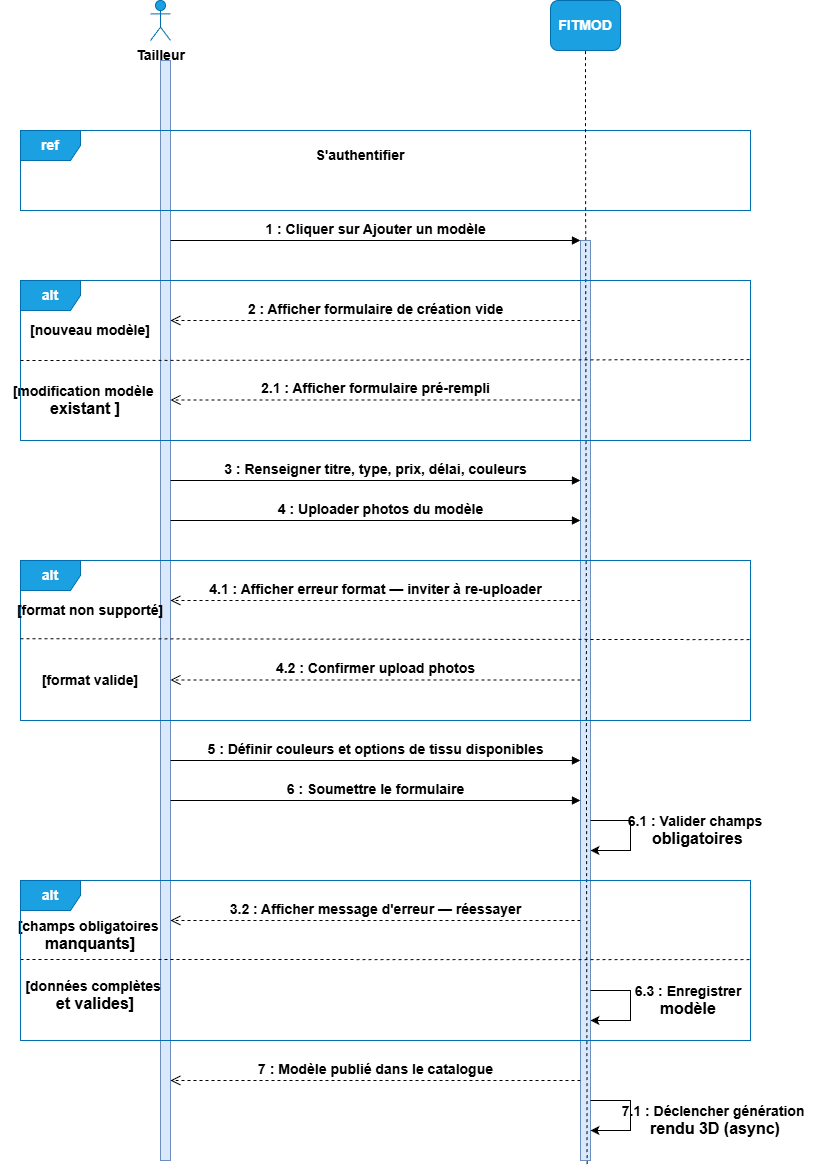
This is Tailleur_publier_commande_Sequence.png from Kim-SypherX/Soutenance, a draw.io export, as it was before one commit. Source tidied: cells renumbered, new cells last; positions are measured from the earlier drawing's top-left corner, leaving out a move shared by most shapes.
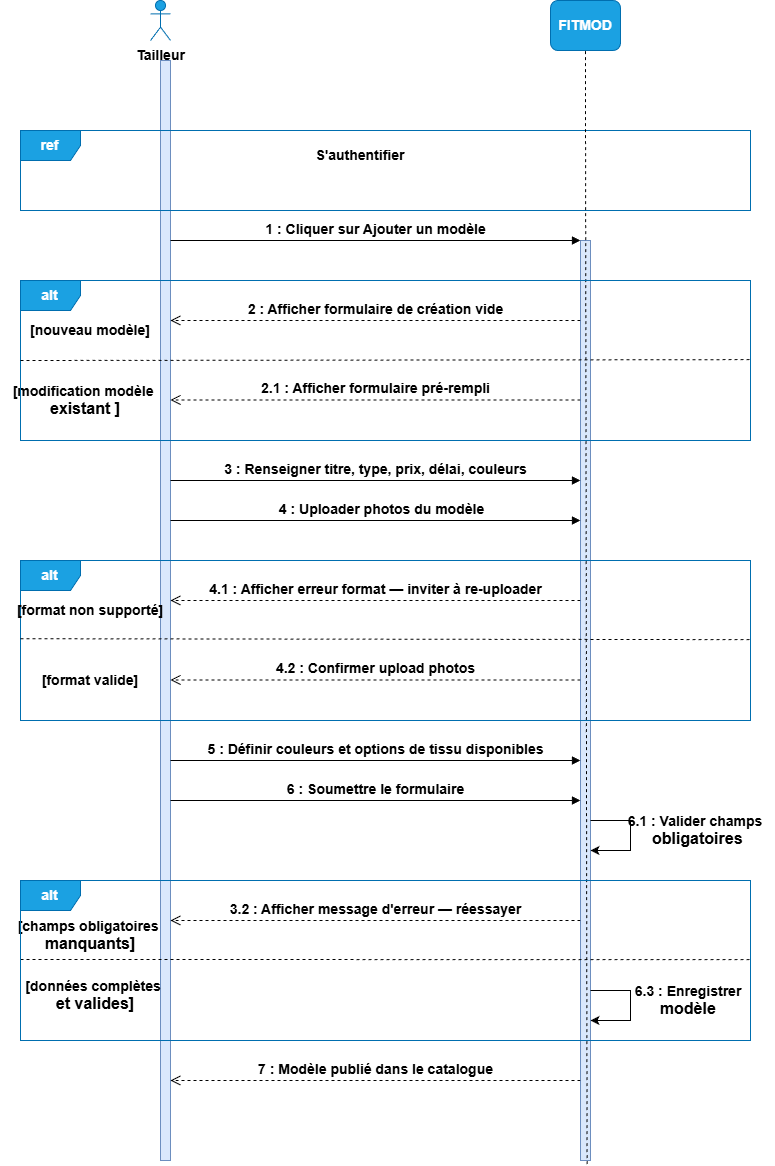
After the commit.

What changed in the source:
```diff
@@ -163,18 +163,5 @@
     <mxCell id="35" value="&lt;font style=&quot;font-size: 14px;&quot;&gt;&lt;b&gt;[format non supporté]&lt;/b&gt;&lt;/font&gt;" style="text;html=1;whiteSpace=wrap;strokeColor=none;fillColor=none;align=center;verticalAlign=middle;rounded=0;" parent="1" vertex="1">
       <mxGeometry x="5" y="595" width="170" height="30" as="geometry" />
     </mxCell>
-    <mxCell id="36" style="endArrow=classic;html=1;rounded=0;" parent="1" edge="1">
-      <mxGeometry relative="1" as="geometry">
-        <mxPoint x="590" y="1100" as="sourcePoint" />
-        <mxPoint x="590" y="1130" as="targetPoint" />
-        <Array as="points">
-          <mxPoint x="630" y="1100" />
-          <mxPoint x="630" y="1130" />
-        </Array>
-      </mxGeometry>
-    </mxCell>
-    <mxCell id="37" value="&lt;font style=&quot;font-size: 14px;&quot;&gt;&lt;b&gt;7.1 : Déclencher génération&amp;nbsp;&lt;/b&gt;&lt;/font&gt;&lt;div&gt;&lt;font size=&quot;3&quot;&gt;&lt;b&gt;rendu&amp;nbsp;&lt;span style=&quot;background-color: transparent; color: light-dark(rgb(0, 0, 0), rgb(255, 255, 255));&quot;&gt;3D (async)&lt;/span&gt;&lt;/b&gt;&lt;/font&gt;&lt;/div&gt;" style="text;html=1;whiteSpace=wrap;strokeColor=none;fillColor=none;align=center;verticalAlign=middle;rounded=0;" parent="1" vertex="1">
-      <mxGeometry x="610" y="1095" width="210" height="50" as="geometry" />
-    </mxCell>
   </root>
 </mxGraphModel>
```
